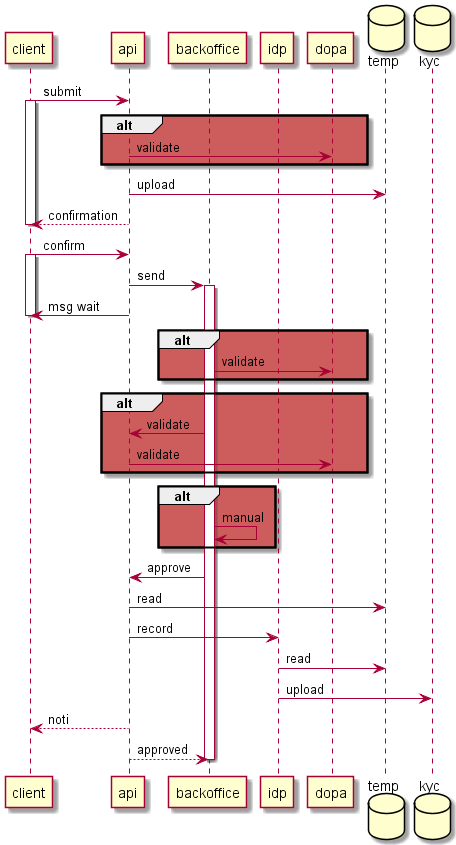
BugLordTO/cart-ideas keeps this PlantUML diagram as kyc/out/kyc-sequence/kyc.png. Above is the earlier version. The source it was exported from:
```plantuml
@startuml kyc

participant client
participant api
participant backoffice
participant idp
participant dopa
database temp
database kyc

client -> api : submit
activate client
alt #IndianRed
    api -> dopa : validate
end
api -> temp : upload
client <-- api : confirmation
deactivate client

client -> api : confirm
activate client
api -> backoffice : send
activate backoffice
client <- api : msg wait
deactivate client

alt #IndianRed
    backoffice -> dopa : validate
end

alt #IndianRed
    backoffice -> api : validate
    api -> dopa : validate
end

alt #IndianRed
    backoffice -> backoffice : manual
end

api <- backoffice : approve
api -> temp : read
api -> idp : record
idp -> temp : read
idp -> kyc : upload
client <-- api : noti
api --> backoffice : approved
deactivate backoffice

@enduml
```
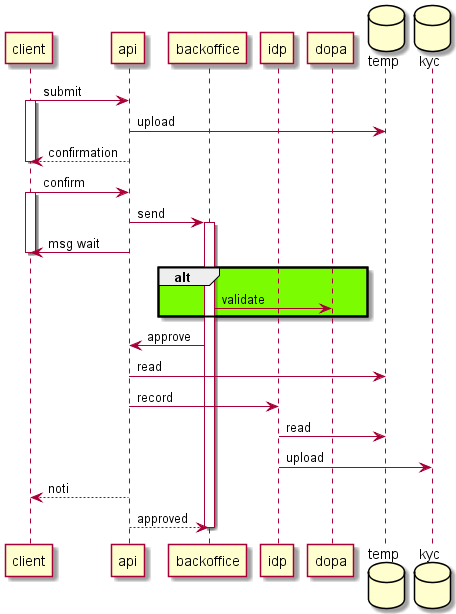
The same file after the commit.

The edit, as a diff of the source:
```diff
@@ -10,9 +10,6 @@
 
 client -> api : submit
 activate client
-alt #IndianRed
-    api -> dopa : validate
-end
 api -> temp : upload
 client <-- api : confirmation
 deactivate client
@@ -24,17 +21,8 @@
 client <- api : msg wait
 deactivate client
 
-alt #IndianRed
+alt #LawnGreen
     backoffice -> dopa : validate
-end
-
-alt #IndianRed
-    backoffice -> api : validate
-    api -> dopa : validate
-end
-
-alt #IndianRed
-    backoffice -> backoffice : manual
 end
 
 api <- backoffice : approve
```
